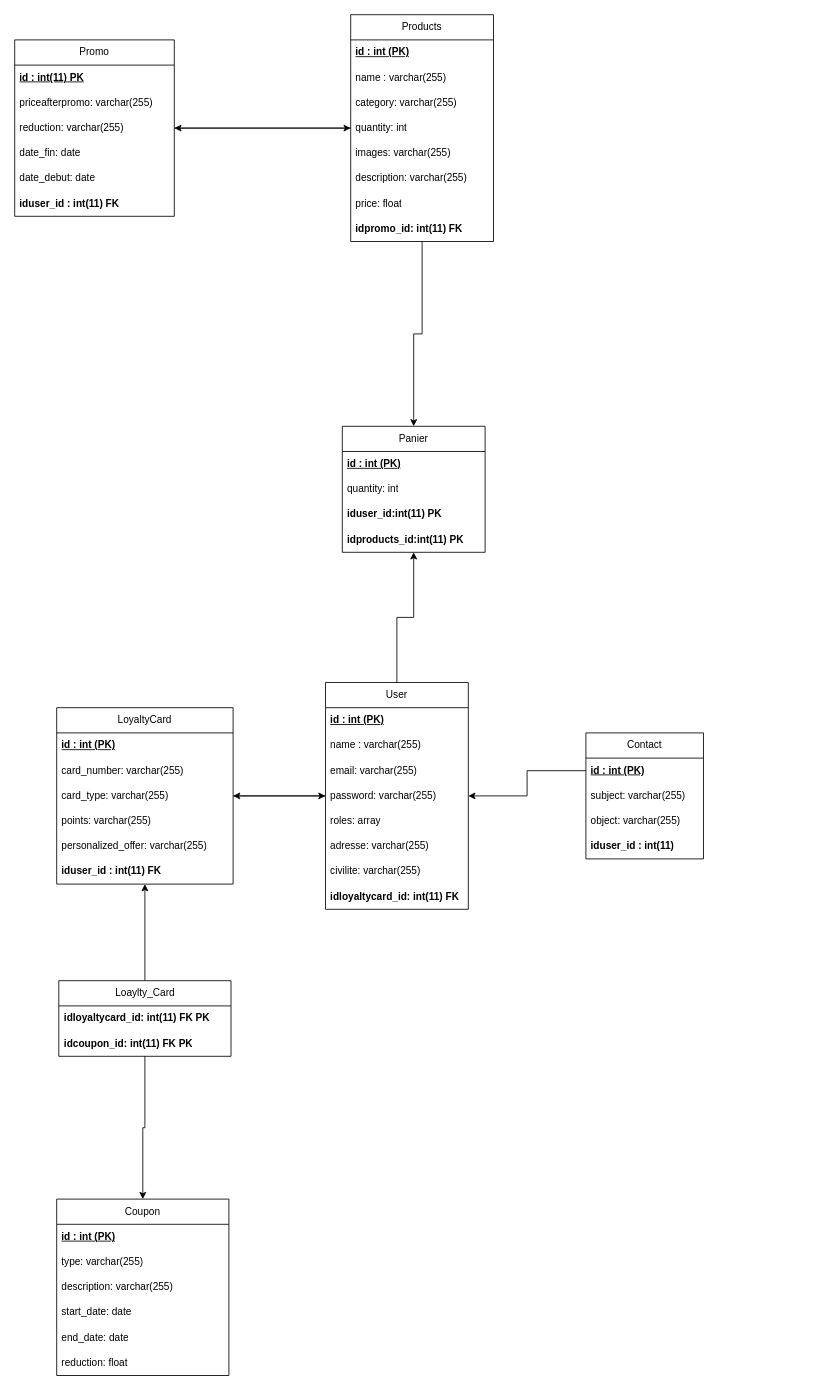
Before: officiel/MLD Vitality draw.drawio in BanggEddy/UML-MeriseVitality, a draw.io diagram. Source tidied: cells renumbered, new cells numbered last; positions are measured from the earlier drawing's top-left corner, leaving out a move shared by most shapes. Both pictures are drawn from the tidied source at 84%, with x=0, y=0 at pixel (14, 14).
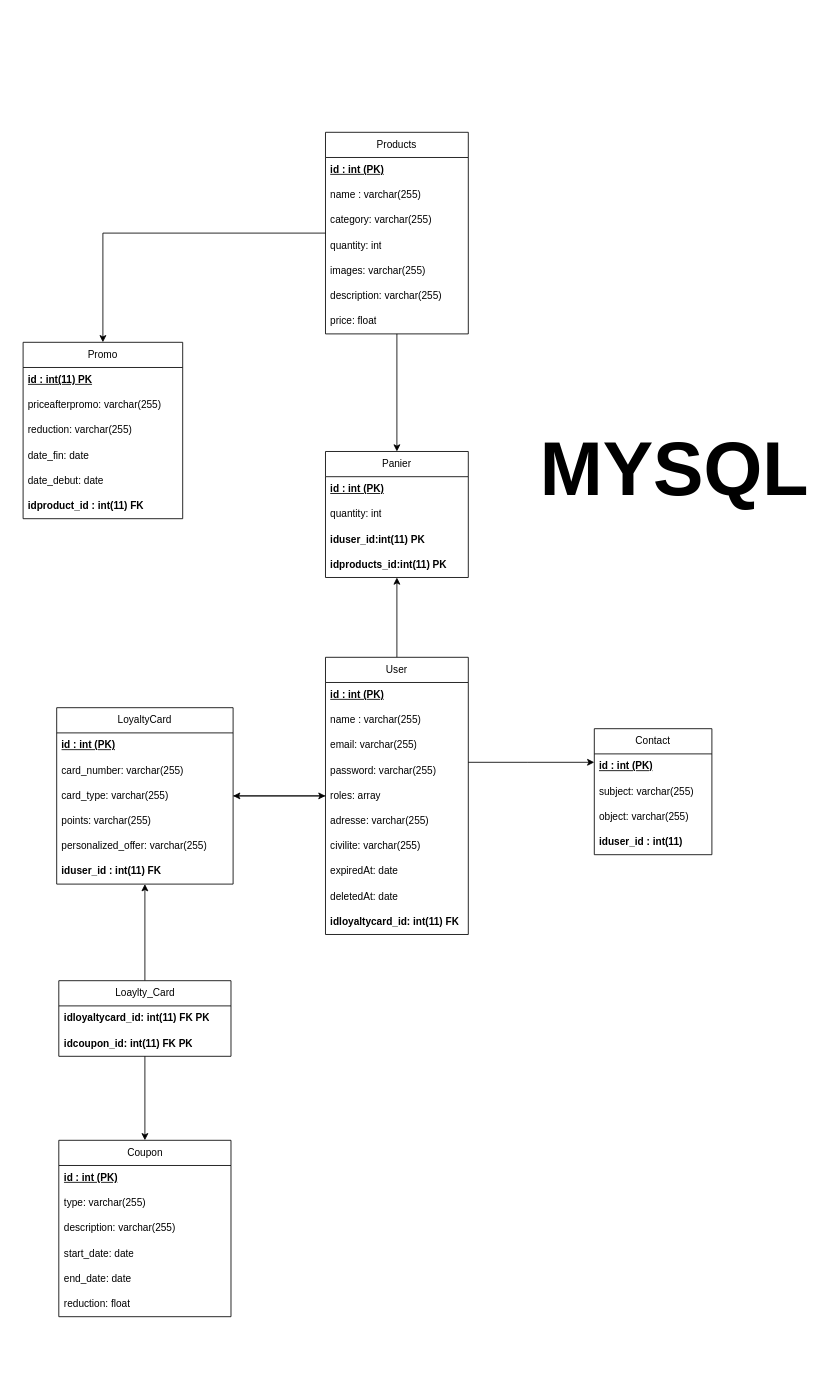
The same page after the edit.

Unchanged cells that the change refers to:
```xml
<mxCell id="3" value="&lt;b&gt;&lt;u&gt;id : int (PK)&lt;/u&gt;&lt;/b&gt;" style="text;strokeColor=none;fillColor=none;align=left;verticalAlign=middle;spacingLeft=4;spacingRight=4;overflow=hidden;points=[[0,0.5],[1,0.5]];portConstraint=eastwest;whiteSpace=wrap;html=1;" parent="2" vertex="1">
  <mxGeometry y="30" width="140" height="30" as="geometry" />
</mxCell>
```

Diff of the diagram source:
```diff
@@
     <mxCell id="2" value="Contact" style="swimlane;fontStyle=0;horizontal=1;startSize=30;whiteSpace=wrap;html=1;" parent="1" vertex="1">
-      <mxGeometry x="680" y="855" width="140" height="150" as="geometry" />
+      <mxGeometry x="690" y="850" width="140" height="150" as="geometry" />
     </mxCell>
@@
     <mxCell id="7" value="Coupon" style="swimlane;fontStyle=0;horizontal=1;startSize=30;whiteSpace=wrap;html=1;" parent="1" vertex="1">
-      <mxGeometry x="50" y="1410" width="205" height="210" as="geometry" />
+      <mxGeometry x="52.5" y="1340" width="205" height="210" as="geometry" />
     </mxCell>
@@
     <mxCell id="24" value="Products" style="swimlane;fontStyle=0;horizontal=1;startSize=30;whiteSpace=wrap;html=1;" parent="1" vertex="1">
-      <mxGeometry x="400" width="170" height="270" as="geometry" />
+      <mxGeometry x="370" y="140" width="170" height="240" as="geometry" />
     </mxCell>
@@
-    <mxCell id="32" value="&lt;b&gt;idpromo_id: int(11) FK&lt;/b&gt;" style="text;strokeColor=none;fillColor=none;align=left;verticalAlign=middle;spacingLeft=4;spacingRight=4;overflow=hidden;whiteSpace=wrap;html=1;" parent="24" vertex="1">
-      <mxGeometry y="240" width="170" height="30" as="geometry" />
-    </mxCell>
-    <mxCell id="33" style="edgeStyle=orthogonalEdgeStyle;rounded=0;jettySize=auto;html=1;" parent="1" edge="1" source="34" target="24">
-      <mxGeometry relative="1" as="geometry" />
-    </mxCell>
     <mxCell id="34" value="Promo" style="swimlane;fontStyle=0;horizontal=1;startSize=30;whiteSpace=wrap;html=1;" parent="1" vertex="1">
-      <mxGeometry y="30" width="190" height="210" as="geometry" />
+      <mxGeometry x="10" y="390" width="190" height="210" as="geometry" />
     </mxCell>
@@
-    <mxCell id="40" value="&lt;b&gt;iduser_id : int(11) FK&lt;/b&gt;" style="text;strokeColor=none;fillColor=none;align=left;verticalAlign=middle;spacingLeft=4;spacingRight=4;overflow=hidden;whiteSpace=wrap;html=1;" parent="34" vertex="1">
+    <mxCell id="40" value="&lt;b&gt;idproduct_id : int(11) FK&lt;/b&gt;" style="text;strokeColor=none;fillColor=none;align=left;verticalAlign=middle;spacingLeft=4;spacingRight=4;overflow=hidden;whiteSpace=wrap;html=1;" parent="34" vertex="1">
       <mxGeometry y="180" width="190" height="30" as="geometry" />
     </mxCell>
@@
     <mxCell id="43" value="User" style="swimlane;fontStyle=0;horizontal=1;startSize=30;whiteSpace=wrap;html=1;" parent="1" vertex="1">
-      <mxGeometry x="370" y="795" width="170" height="270" as="geometry" />
+      <mxGeometry x="370" y="765" width="170" height="330" as="geometry" />
     </mxCell>
@@
+    <mxCell id="63" value="expiredAt: date" style="text;strokeColor=none;fillColor=none;align=left;verticalAlign=middle;spacingLeft=4;spacingRight=4;overflow=hidden;whiteSpace=wrap;html=1;" parent="43" vertex="1">
+      <mxGeometry y="240" width="170" height="30" as="geometry" />
+    </mxCell>
+    <mxCell id="64" value="deletedAt: date" style="text;strokeColor=none;fillColor=none;align=left;verticalAlign=middle;spacingLeft=4;spacingRight=4;overflow=hidden;whiteSpace=wrap;html=1;" parent="43" vertex="1">
+      <mxGeometry y="270" width="170" height="30" as="geometry" />
+    </mxCell>
     <mxCell id="51" value="idloyaltycard_id: int(11) FK" style="text;strokeColor=none;fillColor=none;align=left;verticalAlign=middle;spacingLeft=4;spacingRight=4;overflow=hidden;whiteSpace=wrap;html=1;fontStyle=1;" parent="43" vertex="1">
-      <mxGeometry y="240" width="170" height="30" as="geometry" />
+      <mxGeometry y="300" width="170" height="30" as="geometry" />
     </mxCell>
     <mxCell id="52" value="Panier" style="swimlane;fontStyle=0;horizontal=1;startSize=30;whiteSpace=wrap;html=1;" parent="1" vertex="1">
-      <mxGeometry x="390" y="490" width="170" height="150" as="geometry" />
+      <mxGeometry x="370" y="520" width="170" height="150" as="geometry" />
     </mxCell>
@@
-    <mxCell id="57" style="edgeStyle=orthogonalEdgeStyle;rounded=0;jettySize=auto;html=1;" parent="1" edge="1" source="3" target="43">
-      <mxGeometry relative="1" as="geometry" />
+    <mxCell id="57" style="edgeStyle=orthogonalEdgeStyle;rounded=0;jettySize=auto;html=1;" parent="1" edge="1" source="43" target="2">
+      <mxGeometry relative="1" as="geometry">
+        <Array as="points">
+          <mxPoint x="610" y="890" />
+          <mxPoint x="610" y="890" />
+        </Array>
+      </mxGeometry>
     </mxCell>
@@
+    <mxCell id="65" value="&lt;b&gt;&lt;font style=&quot;font-size: 90px;&quot;&gt;MYSQL&lt;/font&gt;&lt;/b&gt;" style="text;html=1;align=center;verticalAlign=middle;strokeColor=none;fillColor=none;" parent="1" vertex="1">
+      <mxGeometry x="615" y="480" width="340" height="120" as="geometry" />
+    </mxCell>
```
